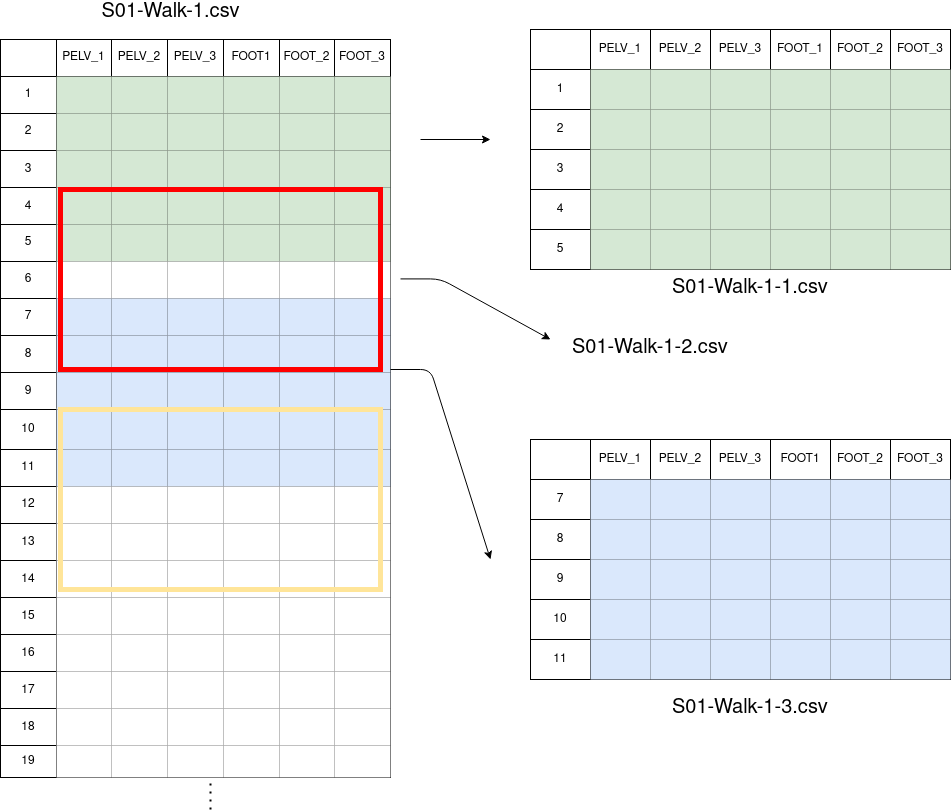
Before: framework/pre-processing/doc/images/Image_builder_overlap.png, a diagram exported from draw.io (GonzaloPardoVillalibre/HAR-AI-FRAMEWORK). Source tidied: cells renumbered, new cells last; positions are measured from the earlier drawing's top-left corner, leaving out a move shared by most shapes.
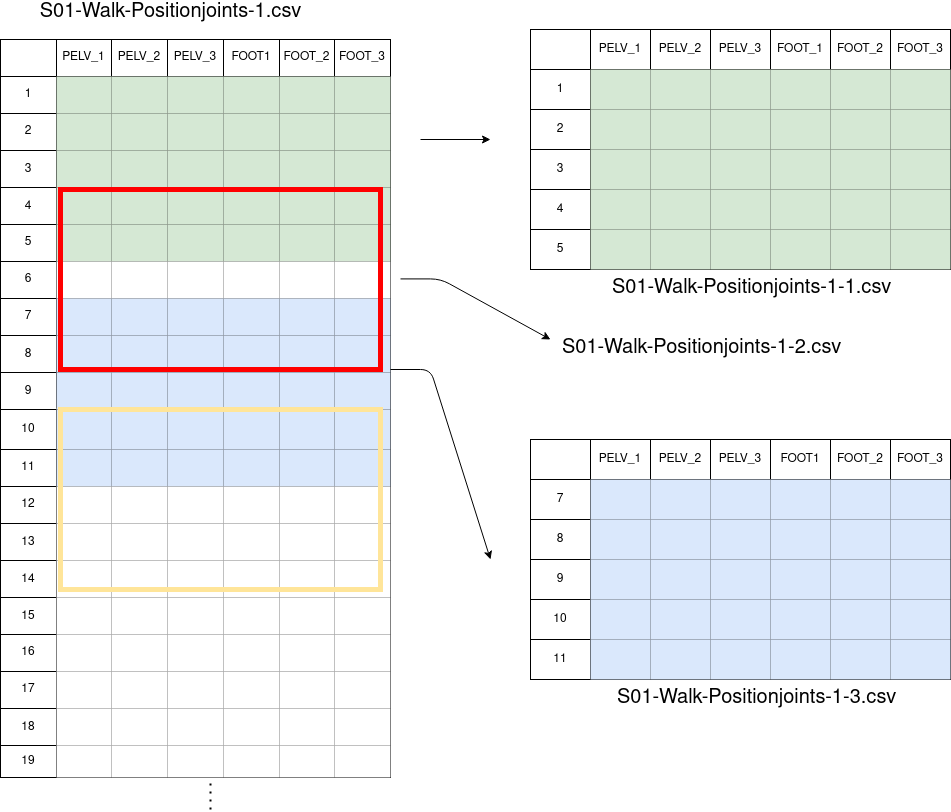
Later version of the same file.

What changed in the source:
```diff
@@ -800,14 +800,14 @@
         <mxPoint x="210" y="775" as="targetPoint" />
       </mxGeometry>
     </mxCell>
-    <mxCell id="264" value="&lt;div style=&quot;font-size: 20px&quot;&gt;S01-Walk-1.csv&lt;/div&gt;&lt;div&gt;&lt;br&gt;&lt;/div&gt;" style="text;html=1;align=center;verticalAlign=middle;" parent="1" vertex="1">
-      <mxGeometry x="95" width="150" height="30" as="geometry" />
+    <mxCell id="264" value="&lt;div style=&quot;font-size: 20px&quot;&gt;S01-Walk-Positionjoints-1.csv&lt;/div&gt;&lt;div&gt;&lt;br&gt;&lt;/div&gt;" style="text;html=1;align=center;verticalAlign=middle;" parent="1" vertex="1">
+      <mxGeometry x="30" width="280" height="30" as="geometry" />
     </mxCell>
-    <mxCell id="265" value="&lt;div style=&quot;font-size: 20px&quot;&gt;S01-Walk-1-1.csv&lt;/div&gt;&lt;div&gt;&lt;br&gt;&lt;/div&gt;" style="text;whiteSpace=wrap;html=1;" parent="1" vertex="1">
-      <mxGeometry x="670" y="265" width="170" height="40" as="geometry" />
+    <mxCell id="265" value="&lt;div style=&quot;font-size: 20px&quot;&gt;S01-Walk-Positionjoints-1-1.csv&lt;/div&gt;&lt;div&gt;&lt;br&gt;&lt;/div&gt;" style="text;whiteSpace=wrap;html=1;" parent="1" vertex="1">
+      <mxGeometry x="610" y="265" width="310" height="40" as="geometry" />
     </mxCell>
-    <mxCell id="266" value="&lt;div style=&quot;font-size: 20px&quot;&gt;S01-Walk-1-3.csv&lt;/div&gt;&lt;div&gt;&lt;br&gt;&lt;/div&gt;" style="text;whiteSpace=wrap;html=1;" parent="1" vertex="1">
-      <mxGeometry x="670" y="685" width="160" height="40" as="geometry" />
+    <mxCell id="266" value="&lt;div style=&quot;font-size: 20px&quot;&gt;S01-Walk-Positionjoints-1-3.csv&lt;/div&gt;&lt;div&gt;&lt;br&gt;&lt;/div&gt;" style="text;whiteSpace=wrap;html=1;" parent="1" vertex="1">
+      <mxGeometry x="615" y="675" width="300" height="30" as="geometry" />
     </mxCell>
     <mxCell id="267" style="endArrow=classic;html=1;" parent="1" edge="1">
       <mxGeometry relative="1" as="geometry">
@@ -818,8 +818,8 @@
         </Array>
       </mxGeometry>
     </mxCell>
-    <mxCell id="268" value="&lt;div style=&quot;font-size: 20px&quot;&gt;S01-Walk-1-2.csv&lt;/div&gt;&lt;div&gt;&lt;br&gt;&lt;/div&gt;" style="text;whiteSpace=wrap;html=1;" parent="1" vertex="1">
-      <mxGeometry x="570" y="325" width="170" height="40" as="geometry" />
+    <mxCell id="268" value="&lt;div style=&quot;font-size: 20px&quot;&gt;S01-Walk-Positionjoints-1-2.csv&lt;/div&gt;&lt;div&gt;&lt;br&gt;&lt;/div&gt;" style="text;whiteSpace=wrap;html=1;" parent="1" vertex="1">
+      <mxGeometry x="560" y="325" width="320" height="20" as="geometry" />
     </mxCell>
     <mxCell id="269" style="rounded=0;whiteSpace=wrap;html=1;fillColor=none;strokeColor=#FFE599;strokeWidth=5;" parent="1" vertex="1">
       <mxGeometry x="60" y="405" width="320" height="180" as="geometry" />
```
